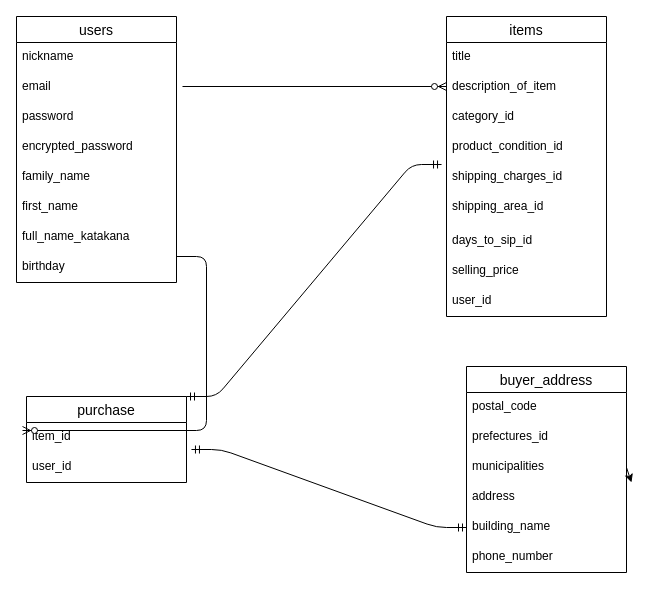
This is page "ページ1" (1 of 2) of er.dio from shin-ueda000/furima-32014, a draw.io file, before an edit. Source tidied: cells renumbered, new cells numbered last; positions are measured from the earlier drawing's top-left corner, leaving out a move shared by most shapes. Both pictures are drawn from the tidied source at 100%, with x=0, y=0 at pixel (16, 16).
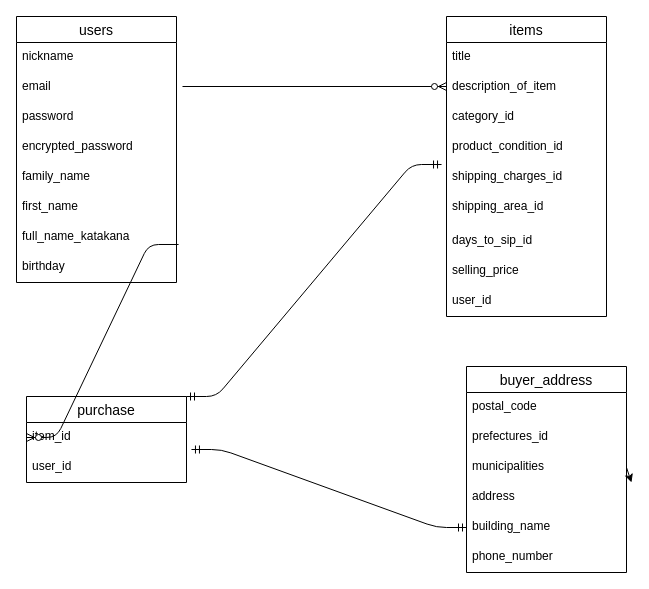
After the change.

Commit message (it also covers changes not shown here):
修正しました

The change refers to these unchanged cells:
```xml
<mxCell id="10" value="full_name_katakana" style="text;strokeColor=none;fillColor=none;spacingLeft=4;spacingRight=4;overflow=hidden;points=[[0,0.5],[1,0.5]];portConstraint=eastwest;fontSize=12;" parent="3" vertex="1">
  <mxGeometry y="206" width="160" height="30" as="geometry" />
</mxCell>
<mxCell id="24" value="item_id" style="text;strokeColor=none;fillColor=none;spacingLeft=4;spacingRight=4;overflow=hidden;points=[[0,0.5],[1,0.5]];portConstraint=eastwest;fontSize=12;" parent="23" vertex="1">
  <mxGeometry y="26" width="160" height="30" as="geometry" />
</mxCell>
```

Diff of the diagram source:
```diff
@@
-    <mxCell id="35" style="edgeStyle=entityRelationEdgeStyle;fontSize=12;html=1;endArrow=ERzeroToMany;endFill=1;entryX=-0.025;entryY=0.267;entryDx=0;entryDy=0;entryPerimeter=0;" parent="1" edge="1" target="24">
-      <mxGeometry relative="1" as="geometry">
-        <mxPoint x="160" y="240" as="sourcePoint" />
-      </mxGeometry>
-    </mxCell>
+    <mxCell id="36" style="edgeStyle=entityRelationEdgeStyle;fontSize=12;html=1;endArrow=ERzeroToMany;endFill=1;entryX=0;entryY=0.5;entryDx=0;entryDy=0;exitX=1.013;exitY=0.733;exitDx=0;exitDy=0;exitPerimeter=0;" parent="1" edge="1" source="10" target="24">
+      <mxGeometry relative="1" as="geometry" />
+    </mxCell>
```
